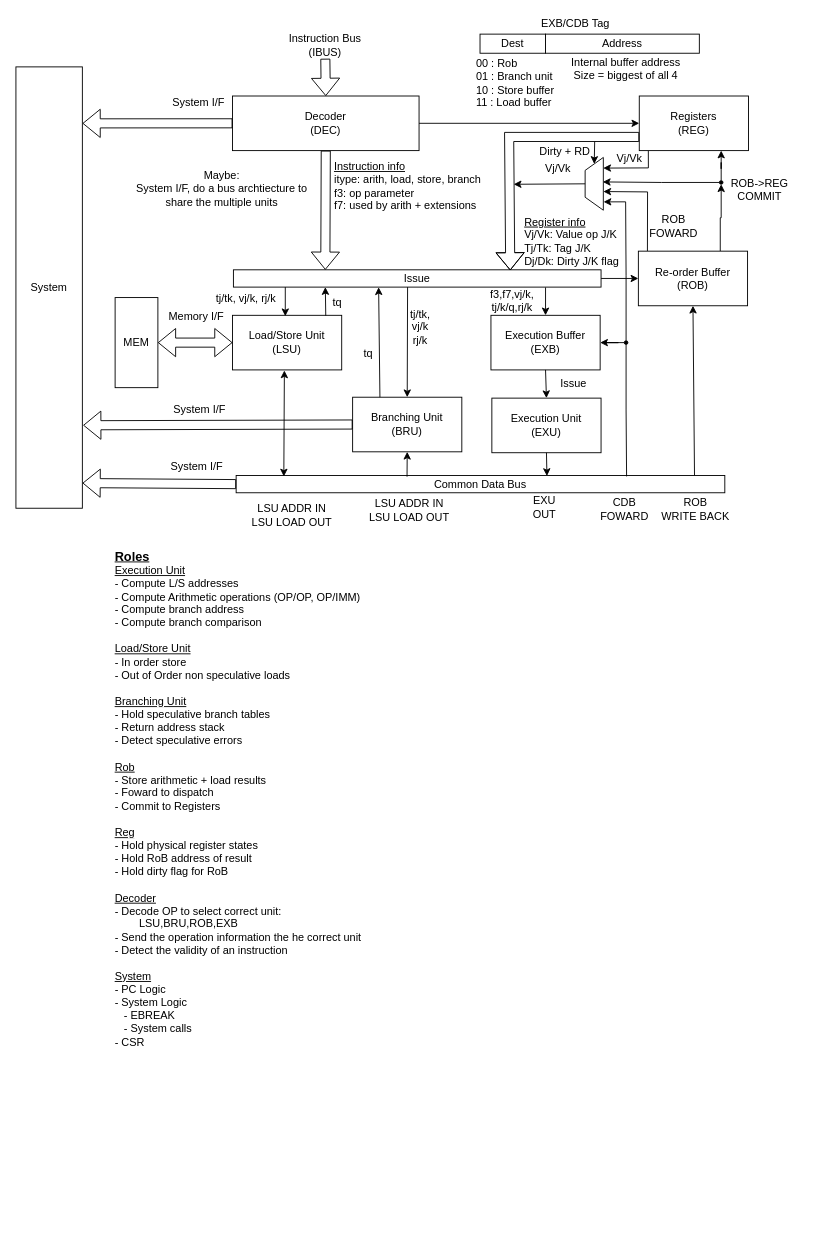
Above: hw/doc/rv_top.drawio in lolo2438/rv (draw.io), before the change. Source tidied: cells renumbered, new cells numbered last; positions are measured from the earlier drawing's top-left corner, leaving out a move shared by most shapes. Both pictures are drawn from the tidied source at 91%, with x=0, y=0 at pixel (15, 15).
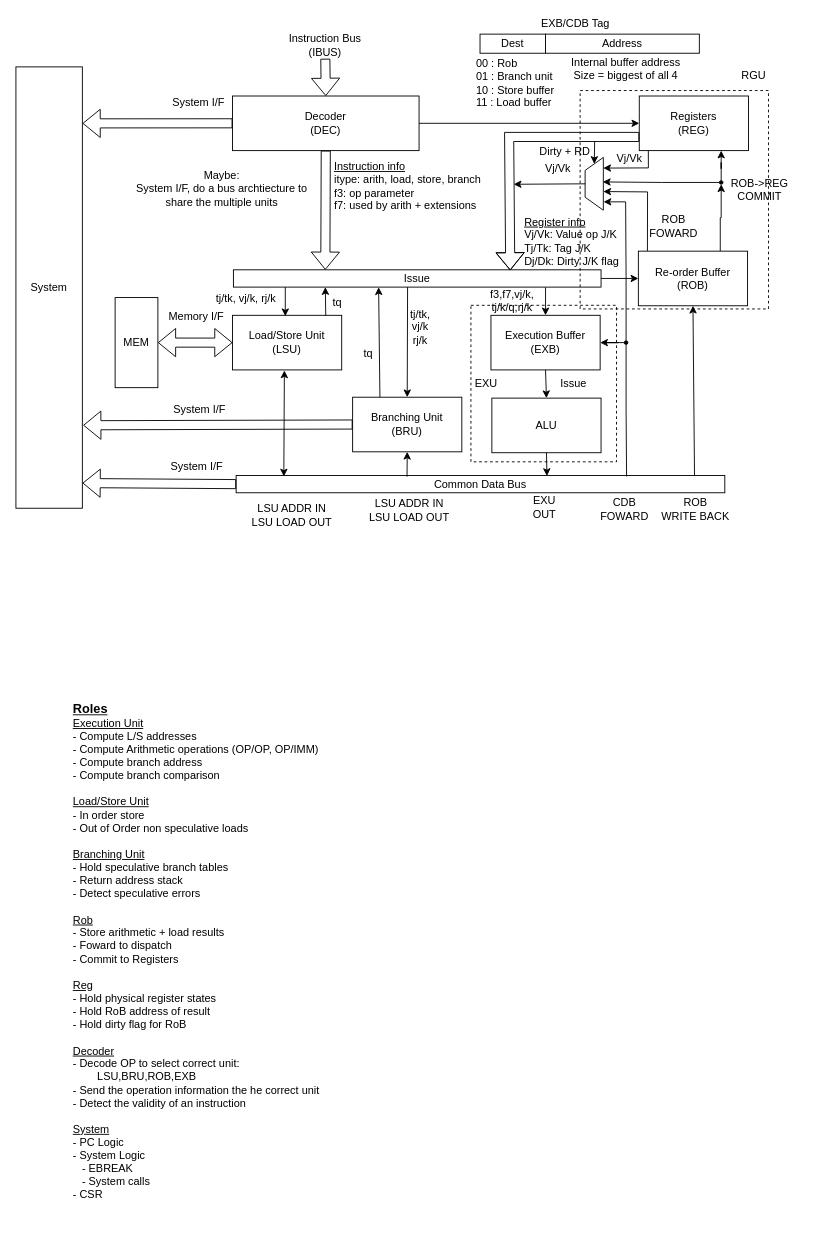
Above is the later version.

The edit, as a diff of the source:
```diff
@@
+    <mxCell id="75" style="rounded=0;whiteSpace=wrap;html=1;dashed=1;fillColor=none;" parent="1" vertex="1">
+      <mxGeometry x="500" y="318" width="160" height="172" as="geometry" />
+    </mxCell>
@@
-    <mxCell id="5" value="Execution Unit&lt;div&gt;(EXU)&lt;/div&gt;" style="rounded=0;whiteSpace=wrap;html=1;" parent="1" vertex="1">
+    <mxCell id="5" value="&lt;div&gt;ALU&lt;/div&gt;" style="rounded=0;whiteSpace=wrap;html=1;" parent="1" vertex="1">
       <mxGeometry x="523" y="420" width="120" height="60" as="geometry" />
     </mxCell>
@@
     <mxCell id="57" value="&lt;div&gt;&lt;b&gt;&lt;font style=&quot;font-size: 14px;&quot;&gt;&lt;u&gt;Roles&lt;/u&gt;&lt;/font&gt;&lt;/b&gt;&lt;/div&gt;&lt;u&gt;Execution Unit&lt;/u&gt;&lt;div&gt;- Compute L/S addresses&lt;/div&gt;&lt;div&gt;- Compute Arithmetic operations (OP/OP, OP/IMM)&lt;/div&gt;&lt;div&gt;- Compute branch address&lt;/div&gt;&lt;div&gt;- Compute branch comparison&lt;/div&gt;&lt;div&gt;&lt;br&gt;&lt;/div&gt;&lt;div&gt;&lt;u&gt;Load/Store Unit&lt;/u&gt;&lt;/div&gt;&lt;div&gt;- In order store&lt;/div&gt;&lt;div&gt;- Out of Order non speculative loads&lt;/div&gt;&lt;div&gt;&lt;br&gt;&lt;/div&gt;&lt;div&gt;&lt;u&gt;Branching Unit&lt;/u&gt;&lt;/div&gt;&lt;div&gt;- Hold speculative branch tables&lt;/div&gt;&lt;div&gt;- Return address stack&lt;/div&gt;&lt;div&gt;- Detect speculative errors&lt;/div&gt;&lt;div&gt;&lt;br&gt;&lt;/div&gt;&lt;div&gt;&lt;u&gt;Rob&lt;/u&gt;&lt;/div&gt;&lt;div&gt;- Store arithmetic + load results&lt;/div&gt;&lt;div&gt;- Foward to dispatch&lt;/div&gt;&lt;div&gt;- Commit to Registers&lt;/div&gt;&lt;div&gt;&lt;br&gt;&lt;/div&gt;&lt;div&gt;&lt;u&gt;Reg&lt;/u&gt;&lt;/div&gt;&lt;div&gt;- Hold physical register states&lt;/div&gt;&lt;div&gt;- Hold RoB address of result&lt;/div&gt;&lt;div&gt;- Hold dirty flag for RoB&lt;/div&gt;&lt;div&gt;&lt;br&gt;&lt;/div&gt;&lt;div&gt;&lt;u&gt;Decoder&lt;/u&gt;&lt;/div&gt;&lt;div&gt;- Decode OP to select correct unit:&lt;/div&gt;&lt;div&gt;&lt;span style=&quot;white-space: pre;&quot;&gt;&#9;&lt;/span&gt;LSU,BRU,ROB,EXB&lt;/div&gt;&lt;div&gt;- Send the operation information the he correct unit&lt;/div&gt;&lt;div&gt;- Detect the validity of an instruction&lt;/div&gt;&lt;div&gt;&lt;br&gt;&lt;/div&gt;&lt;div&gt;&lt;u&gt;System&lt;/u&gt;&lt;/div&gt;&lt;div&gt;- PC Logic&lt;/div&gt;&lt;div&gt;- System Logic&lt;/div&gt;&lt;div&gt;&amp;nbsp; &amp;nbsp;- EBREAK&lt;/div&gt;&lt;div&gt;&amp;nbsp; &amp;nbsp;- System calls&lt;/div&gt;&lt;div&gt;- CSR&lt;/div&gt;" style="text;html=1;align=left;verticalAlign=top;whiteSpace=wrap;rounded=0;" parent="1" vertex="1">
-      <mxGeometry x="107" y="579" width="765" height="583" as="geometry" />
+      <mxGeometry x="61" y="747" width="765" height="583" as="geometry" />
     </mxCell>
@@
+    <mxCell id="76" value="EXU" style="text;html=1;align=center;verticalAlign=middle;whiteSpace=wrap;rounded=0;" parent="1" vertex="1">
+      <mxGeometry x="487" y="388.5" width="60" height="30" as="geometry" />
+    </mxCell>
+    <mxCell id="77" style="rounded=0;whiteSpace=wrap;html=1;dashed=1;fillColor=none;" parent="1" vertex="1">
+      <mxGeometry x="620" y="82" width="207" height="240" as="geometry" />
+    </mxCell>
+    <mxCell id="78" value="RGU" style="text;html=1;align=center;verticalAlign=middle;whiteSpace=wrap;rounded=0;" parent="1" vertex="1">
+      <mxGeometry x="781" y="51" width="60" height="30" as="geometry" />
+    </mxCell>
```
